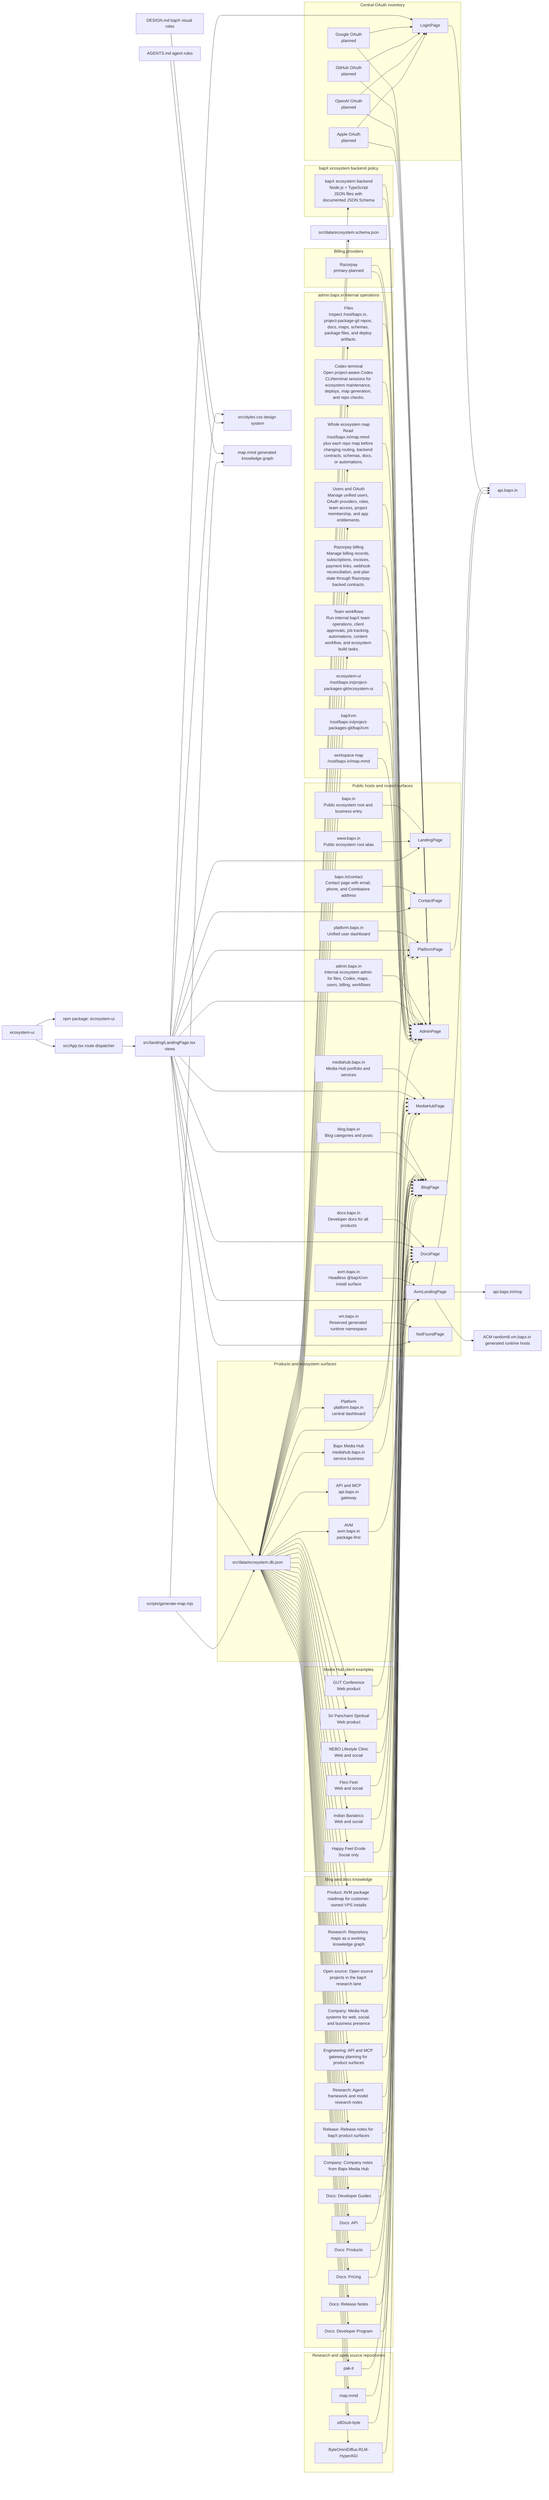
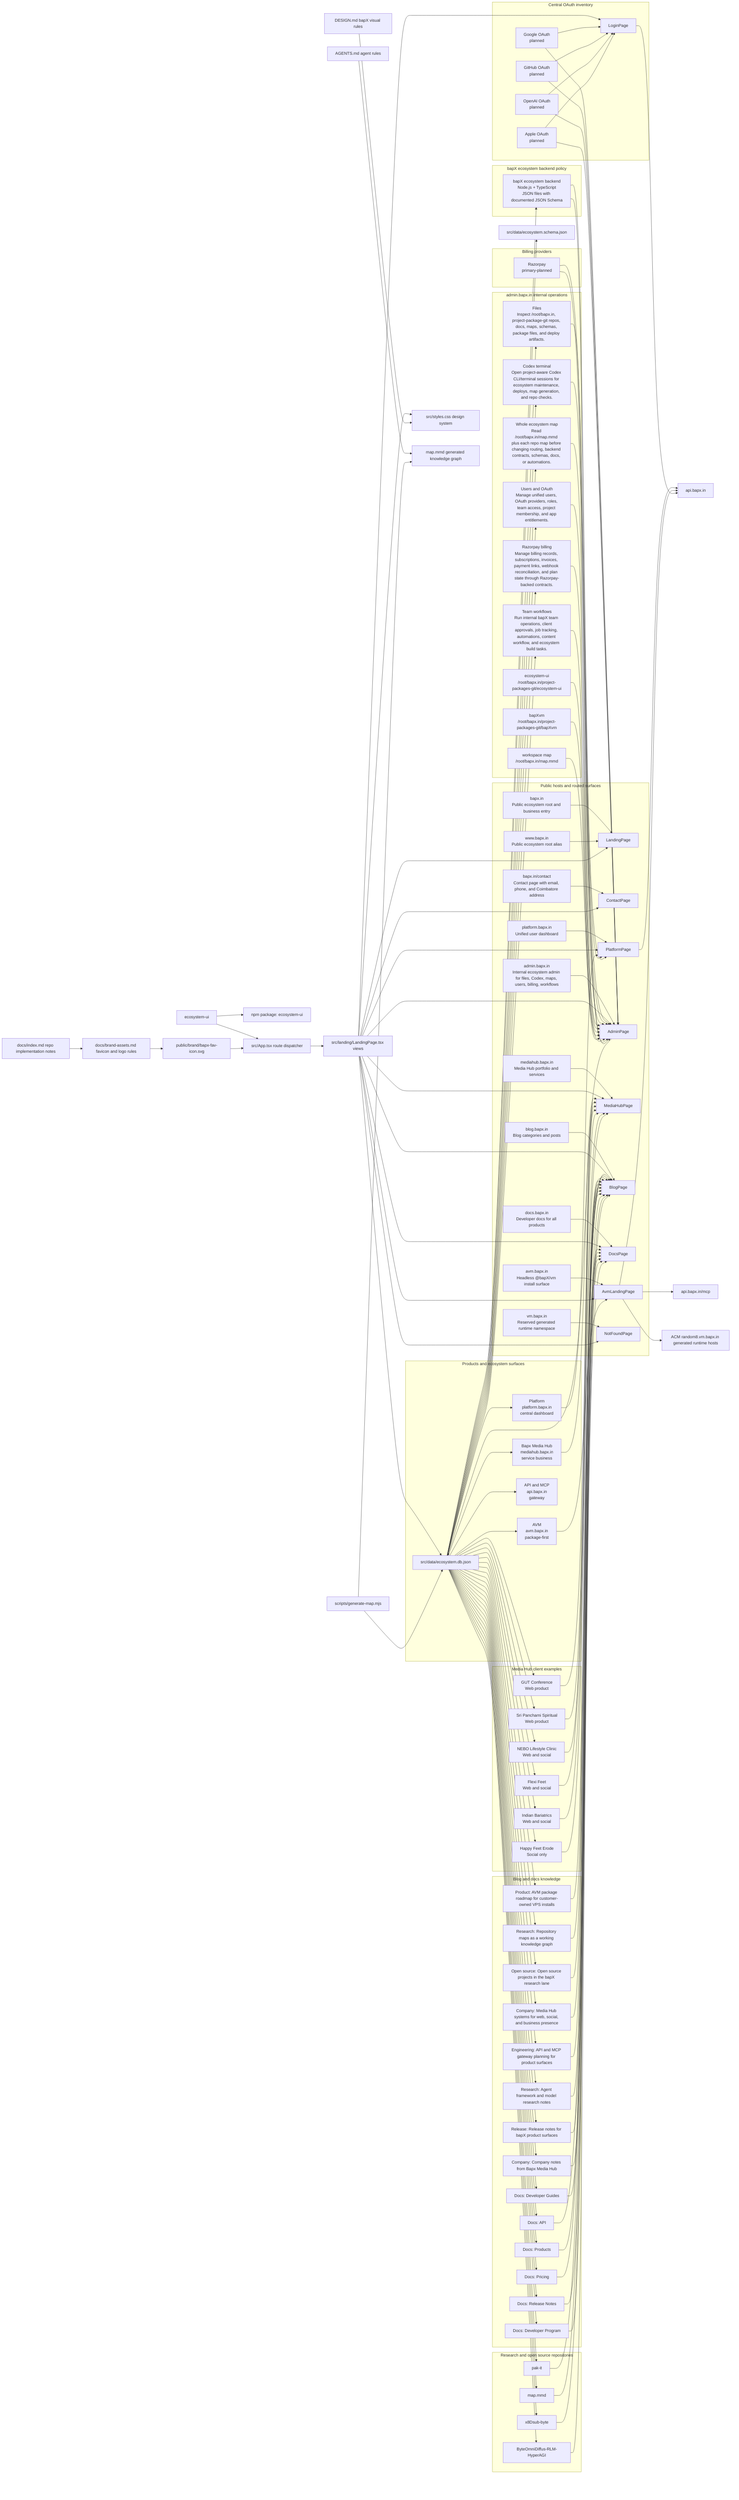
flowchart LR
  Repo["ecosystem-ui"]
  Package["npm package: ecosystem-ui"]
  App["src/App.tsx route dispatcher"]
  Landing["src/landing/LandingPage.tsx views"]
  Styles["src/styles.css design system"]
  Design["DESIGN.md bapX visual rules"]
  Agents["AGENTS.md agent rules"]
+   RepoDocs["docs/index.md repo implementation notes"]
+   BrandDocs["docs/brand-assets.md favicon and logo rules"]
+   Favicon["public/brand/bapx-fav-icon.svg"]
  Data["src/data/ecosystem.db.json"]
  Schema["src/data/ecosystem.schema.json"]
  MapGen["scripts/generate-map.mjs"]
  Map["map.mmd generated knowledge graph"]
  Repo --> Package
  Repo --> App
  App --> Landing
  Landing --> Styles
  Landing --> Data
  Data --> Schema
  Design --> Styles
+   RepoDocs --> BrandDocs
+   BrandDocs --> Favicon
+   Favicon --> App
  Agents --> Map
  MapGen --> Map
  MapGen --> Data

  subgraph Hosts["Public hosts and routed surfaces"]
    Host_bapx_in["bapx.in<br/>Public ecosystem root and business entry"]
    Host_bapx_in --> LandingPage
    Host_bapx_in_contact["bapx.in/contact<br/>Contact page with email, phone, and Coimbatore address"]
    Host_bapx_in_contact --> ContactPage
    Host_www_bapx_in["www.bapx.in<br/>Public ecosystem root alias"]
    Host_www_bapx_in --> LandingPage
    Host_platform_bapx_in["platform.bapx.in<br/>Unified user dashboard"]
    Host_platform_bapx_in --> PlatformPage
    Host_admin_bapx_in["admin.bapx.in<br/>Internal ecosystem admin for files, Codex, maps, users, billing, workflows"]
    Host_admin_bapx_in --> AdminPage
    Host_mediahub_bapx_in["mediahub.bapx.in<br/>Media Hub portfolio and services"]
    Host_mediahub_bapx_in --> MediaHubPage
    Host_blog_bapx_in["blog.bapx.in<br/>Blog categories and posts"]
    Host_blog_bapx_in --> BlogPage
    Host_docs_bapx_in["docs.bapx.in<br/>Developer docs for all products"]
    Host_docs_bapx_in --> DocsPage
    Host_avm_bapx_in["avm.bapx.in<br/>Headless @bapX/vm install surface"]
    Host_avm_bapx_in --> AvmLandingPage
    Host_vm_bapx_in["vm.bapx.in<br/>Reserved generated runtime namespace"]
    Host_vm_bapx_in --> NotFoundPage
  end

  Landing --> LandingPage["LandingPage"]
  Landing --> PlatformPage["PlatformPage"]
  Landing --> AdminPage["AdminPage"]
  Landing --> ContactPage["ContactPage"]
  Landing --> LoginPage["LoginPage"]
  Landing --> MediaHubPage["MediaHubPage"]
  Landing --> BlogPage["BlogPage"]
  Landing --> DocsPage["DocsPage"]
  Landing --> AvmLandingPage["AvmLandingPage"]
  Landing --> NotFoundPage["NotFoundPage"]

  subgraph Products["Products and ecosystem surfaces"]
    Product_platform["Platform<br/>platform.bapx.in<br/>central dashboard"]
    Data --> Product_platform
    Product_platform --> PlatformPage
    Product_avm["AVM<br/>avm.bapx.in<br/>package-first"]
    Data --> Product_avm
    Product_avm --> AvmLandingPage
    Product_mediahub["Bapx Media Hub<br/>mediahub.bapx.in<br/>service business"]
    Data --> Product_mediahub
    Product_mediahub --> MediaHubPage
    Product_api["API and MCP<br/>api.bapx.in<br/>gateway"]
    Data --> Product_api
  end

  subgraph AdminOps["admin.bapx.in internal operations"]
    AdminPanel_files["Files<br/>Inspect /root/bapx.in, project-package-git repos, docs, maps, schemas, package files, and deploy artifacts."]
    Data --> AdminPanel_files
    AdminPanel_files --> AdminPage
    AdminPanel_codex_terminal["Codex terminal<br/>Open project-aware Codex CLI/terminal sessions for ecosystem maintenance, deploys, map generation, and repo checks."]
    Data --> AdminPanel_codex_terminal
    AdminPanel_codex_terminal --> AdminPage
    AdminPanel_whole_ecosystem_map["Whole ecosystem map<br/>Read /root/bapx.in/map.mmd plus each repo map before changing routing, backend contracts, schemas, docs, or automations."]
    Data --> AdminPanel_whole_ecosystem_map
    AdminPanel_whole_ecosystem_map --> AdminPage
    AdminPanel_users_and_oauth["Users and OAuth<br/>Manage unified users, OAuth providers, roles, team access, project membership, and app entitlements."]
    Data --> AdminPanel_users_and_oauth
    AdminPanel_users_and_oauth --> AdminPage
    AdminPanel_razorpay_billing["Razorpay billing<br/>Manage billing records, subscriptions, invoices, payment links, webhook reconciliation, and plan state through Razorpay-backed contracts."]
    Data --> AdminPanel_razorpay_billing
    AdminPanel_razorpay_billing --> AdminPage
    AdminPanel_team_workflows["Team workflows<br/>Run internal bapX team operations, client approvals, job tracking, automations, content workflow, and ecosystem build tasks."]
    Data --> AdminPanel_team_workflows
    AdminPanel_team_workflows --> AdminPage
    WorkspaceProject_ecosystem_ui["ecosystem-ui<br/>/root/bapx.in/project-packages-git/ecosystem-ui"]
    WorkspaceProject_ecosystem_ui --> AdminPage
    WorkspaceProject_bapxvm["bapXvm<br/>/root/bapx.in/project-packages-git/bapXvm"]
    WorkspaceProject_bapxvm --> AdminPage
    WorkspaceProject_workspace_map["workspace map<br/>/root/bapx.in/map.mmd"]
    WorkspaceProject_workspace_map --> AdminPage
  end

  subgraph BackendPolicy["bapX ecosystem backend policy"]
    EcosystemBackend["bapX ecosystem backend<br/>Node.js + TypeScript<br/>JSON files with documented JSON Schema"]
    EcosystemBackend --> AdminPage
    EcosystemBackend --> PlatformPage
    Data --> EcosystemBackend
  end

  subgraph Billing["Billing providers"]
    Billing_razorpay["Razorpay<br/>primary-planned"]
    Billing_razorpay --> AdminPage
    Billing_razorpay --> PlatformPage
  end

  subgraph Auth["Central OAuth inventory"]
    OAuth_google["Google OAuth<br/>planned"]
    OAuth_google --> AdminPage
    OAuth_google --> LoginPage
    OAuth_github["GitHub OAuth<br/>planned"]
    OAuth_github --> AdminPage
    OAuth_github --> LoginPage
    OAuth_openai["OpenAI OAuth<br/>planned"]
    OAuth_openai --> AdminPage
    OAuth_openai --> LoginPage
    OAuth_apple["Apple OAuth<br/>planned"]
    OAuth_apple --> AdminPage
    OAuth_apple --> LoginPage
  end

  subgraph BlogDocs["Blog and docs knowledge"]
    Blog_avm_package_roadmap_for_customer_owned_vps_installs["Product: AVM package roadmap for customer-owned VPS installs"]
    Data --> Blog_avm_package_roadmap_for_customer_owned_vps_installs
    Blog_avm_package_roadmap_for_customer_owned_vps_installs --> BlogPage
    Blog_repository_maps_as_a_working_knowledge_graph["Research: Repository maps as a working knowledge graph"]
    Data --> Blog_repository_maps_as_a_working_knowledge_graph
    Blog_repository_maps_as_a_working_knowledge_graph --> BlogPage
    Blog_open_source_projects_in_the_bapx_research_lane["Open source: Open source projects in the bapX research lane"]
    Data --> Blog_open_source_projects_in_the_bapx_research_lane
    Blog_open_source_projects_in_the_bapx_research_lane --> BlogPage
    Blog_media_hub_systems_for_web_social_and_business_presence["Company: Media Hub systems for web, social, and business presence"]
    Data --> Blog_media_hub_systems_for_web_social_and_business_presence
    Blog_media_hub_systems_for_web_social_and_business_presence --> BlogPage
    Blog_api_and_mcp_gateway_planning_for_product_surfaces["Engineering: API and MCP gateway planning for product surfaces"]
    Data --> Blog_api_and_mcp_gateway_planning_for_product_surfaces
    Blog_api_and_mcp_gateway_planning_for_product_surfaces --> BlogPage
    Blog_agent_framework_and_model_research_notes["Research: Agent framework and model research notes"]
    Data --> Blog_agent_framework_and_model_research_notes
    Blog_agent_framework_and_model_research_notes --> BlogPage
    Blog_release_notes_for_bapx_product_surfaces["Release: Release notes for bapX product surfaces"]
    Data --> Blog_release_notes_for_bapx_product_surfaces
    Blog_release_notes_for_bapx_product_surfaces --> BlogPage
    Blog_company_notes_from_bapx_media_hub["Company: Company notes from Bapx Media Hub"]
    Data --> Blog_company_notes_from_bapx_media_hub
    Blog_company_notes_from_bapx_media_hub --> BlogPage
    Docs_developer_guides["Docs: Developer Guides"]
    Data --> Docs_developer_guides
    Docs_developer_guides --> DocsPage
    Docs_api["Docs: API"]
    Data --> Docs_api
    Docs_api --> DocsPage
    Docs_products["Docs: Products"]
    Data --> Docs_products
    Docs_products --> DocsPage
    Docs_pricing["Docs: Pricing"]
    Data --> Docs_pricing
    Docs_pricing --> DocsPage
    Docs_release_notes["Docs: Release Notes"]
    Data --> Docs_release_notes
    Docs_release_notes --> DocsPage
    Docs_developer_program["Docs: Developer Program"]
    Data --> Docs_developer_program
    Docs_developer_program --> DocsPage
  end

  subgraph MediaHub["Media Hub client examples"]
    Client_gut_conference["GUT Conference<br/>Web product"]
    Data --> Client_gut_conference
    Client_gut_conference --> MediaHubPage
    Client_sri_panchami_spiritual["Sri Panchami Spiritual<br/>Web product"]
    Data --> Client_sri_panchami_spiritual
    Client_sri_panchami_spiritual --> MediaHubPage
    Client_nebo_lifestyle_clinic["NEBO Lifestyle Clinic<br/>Web and social"]
    Data --> Client_nebo_lifestyle_clinic
    Client_nebo_lifestyle_clinic --> MediaHubPage
    Client_flexi_feet["Flexi Feet<br/>Web and social"]
    Data --> Client_flexi_feet
    Client_flexi_feet --> MediaHubPage
    Client_indian_bariatrics["Indian Bariatrics<br/>Web and social"]
    Data --> Client_indian_bariatrics
    Client_indian_bariatrics --> MediaHubPage
    Client_happy_feet_erode["Happy Feet Erode<br/>Social only"]
    Data --> Client_happy_feet_erode
    Client_happy_feet_erode --> MediaHubPage
  end

  subgraph OpenSource["Research and open source repositories"]
    Repo_pak_it["pak-it"]
    Data --> Repo_pak_it
    Repo_pak_it --> BlogPage
    Repo_map_mmd["map.mmd"]
    Data --> Repo_map_mmd
    Repo_map_mmd --> BlogPage
    Repo_x8dsub_byte["x8Dsub-byte"]
    Data --> Repo_x8dsub_byte
    Repo_x8dsub_byte --> BlogPage
    Repo_byteomnidiffus_rlm_hyperagi["ByteOmniDiffus-RLM-HyperAGI"]
    Data --> Repo_byteomnidiffus_rlm_hyperagi
    Repo_byteomnidiffus_rlm_hyperagi --> BlogPage
  end


  ApiGateway["api.bapx.in"]
  McpGateway["api.bapx.in/mcp"]
  AvmRuntime["ACM random8.vm.bapx.in generated runtime hosts"]
  PlatformPage --> ApiGateway
  AdminPage --> Data
  AvmLandingPage --> ApiGateway
  AvmLandingPage --> McpGateway
  AvmLandingPage --> AvmRuntime
  LoginPage --> ApiGateway

